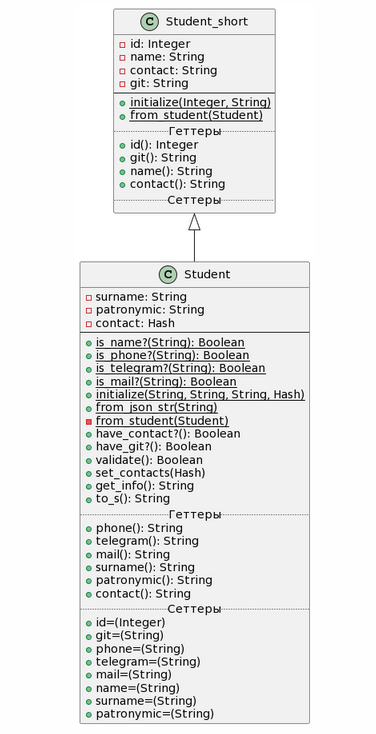
VitalijGolovij/PatternProgLabs keeps this PlantUML diagram as Lab2/task1/StudentDiagram.png. Above is the earlier version. Its source is kept beside it as Lab2/task1/StudentDiagram.puml.
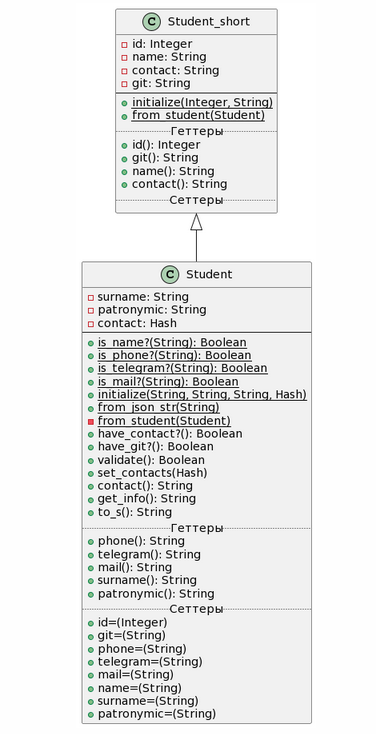
After the commit.

Commit message:
в диаграмме переместил contact() в методы

The edit, as a diff of the source:
```diff
@@ -33,6 +33,7 @@
      +have_git?(): Boolean
      +validate(): Boolean
      +set_contacts(Hash)
+     +contact(): String
      +get_info(): String
      +to_s(): String
      .. Геттеры ..
@@ -41,7 +42,6 @@
      +mail(): String
      +surname(): String
      +patronymic(): String
-     +contact(): String
      .. Сеттеры ..
      +id=(Integer)
      +git=(String)
```
